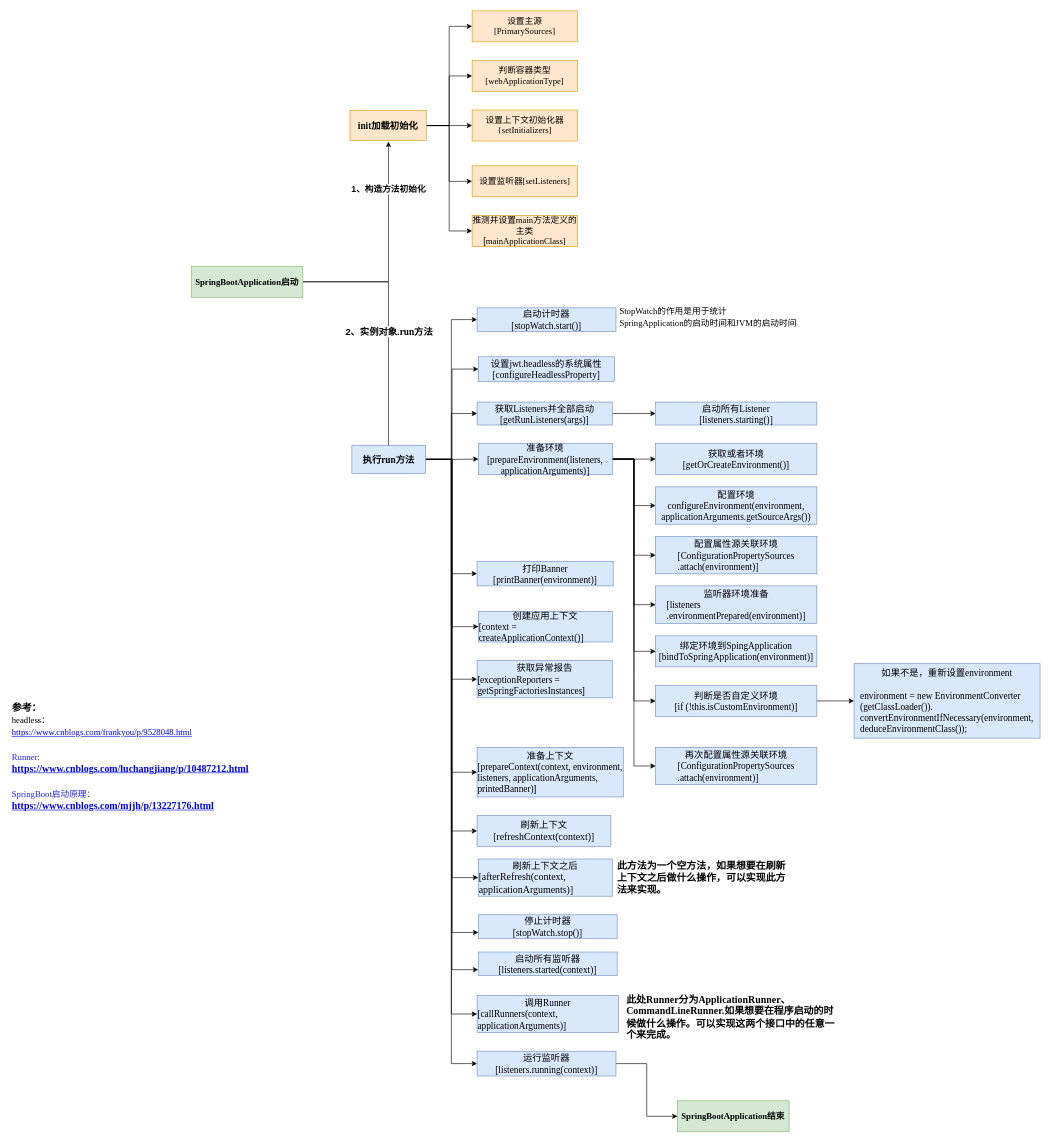
xutingyin/draw keeps this draw.io diagram as springboot-start-principle.drawio. Above is the earlier version. Source tidied: cells renumbered, new cells numbered last; positions are measured from the earlier drawing's top-left corner, leaving out a move shared by most shapes. Both pictures are drawn from the tidied source at 62%, with x=0, y=0 at pixel (11, 11).
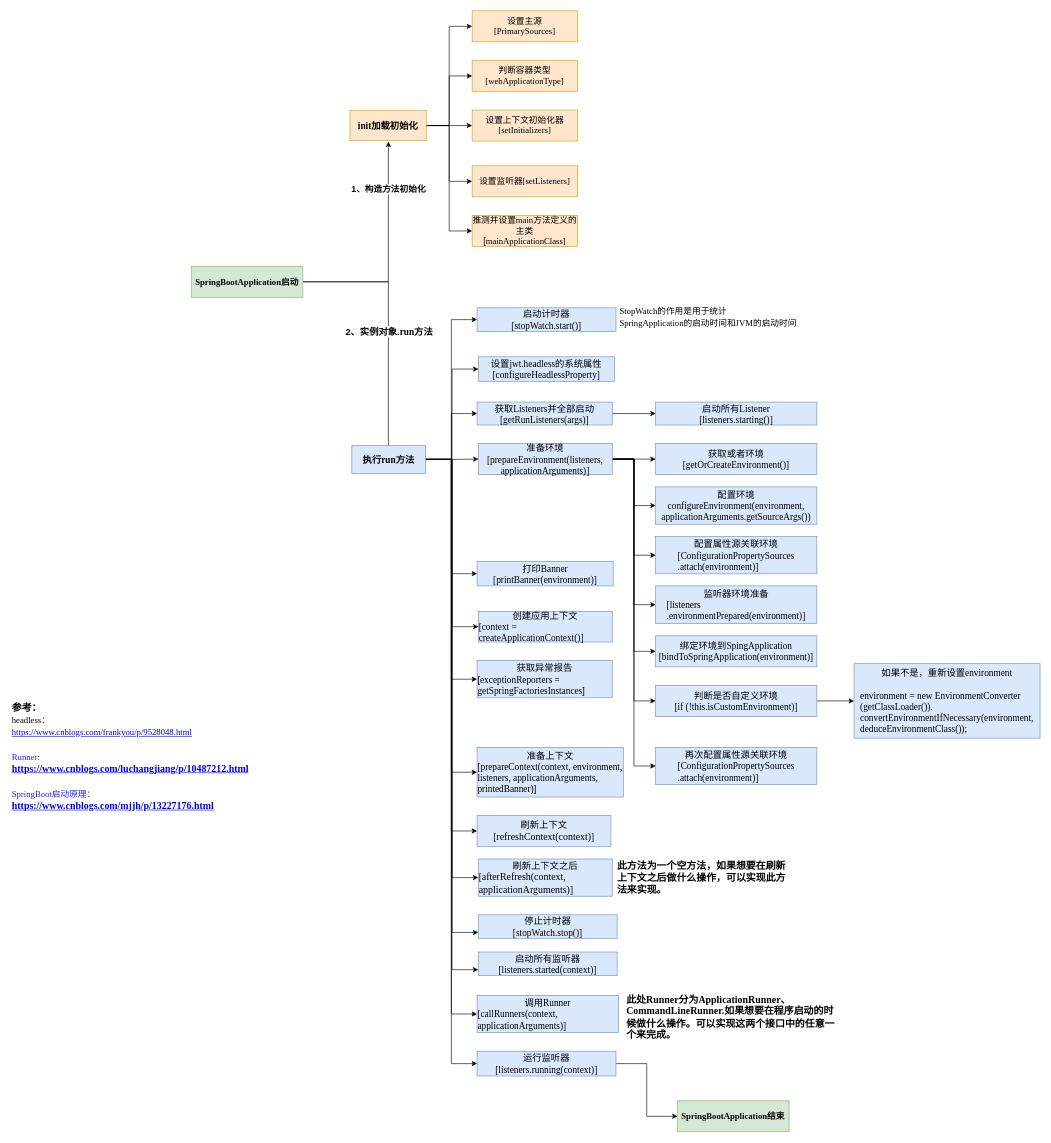
Above is the later version.

The edit, as a diff of the source:
```diff
@@
-    <mxCell id="31" value="设置上下文初始化器&lt;br style=&quot;font-size: 14px&quot;&gt;&lt;font face=&quot;Times New Roman&quot;&gt;{setInitializers]&lt;/font&gt;" style="whiteSpace=wrap;html=1;fontFamily=楷体;fontSize=14;fontStyle=0;strokeColor=#d79b00;fillColor=#ffe6cc;" parent="1" vertex="1">
+    <mxCell id="31" value="设置上下文初始化器&lt;br style=&quot;font-size: 14px&quot;&gt;&lt;font face=&quot;Times New Roman&quot;&gt;[setInitializers]&lt;/font&gt;" style="whiteSpace=wrap;html=1;fontFamily=楷体;fontSize=14;fontStyle=0;strokeColor=#d79b00;fillColor=#ffe6cc;" parent="1" vertex="1">
       <mxGeometry x="744" y="160" width="170" height="50" as="geometry" />
     </mxCell>
```
